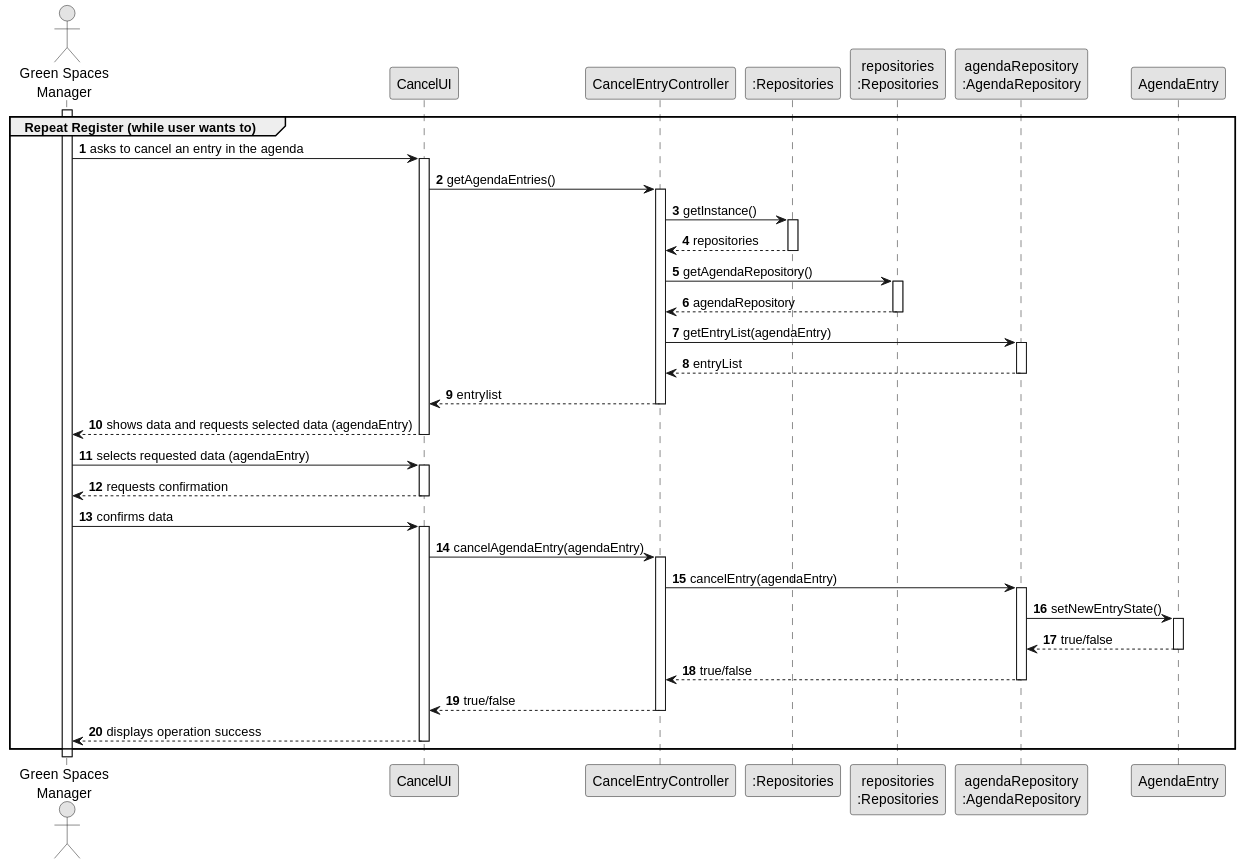
RicardoMorim/lapr2-ISEP-Project keeps this PlantUML diagram as docs/sprintC/us025/03.design/svg/us025-sequence-diagram-full.svg. Above is the earlier version. Its diagram source:
```plantuml
@startuml
skinparam monochrome true
skinparam packageStyle rectangle
skinparam shadowing false

autonumber

actor "Green Spaces\nManager" as Employee
participant "CancelUI" as UI
participant "CancelEntryController" as CTRL
participant ":Repositories" as REP
participant "repositories\n:Repositories" as PLAT
participant "agendaRepository\n:AgendaRepository" as AGR
participant "AgendaEntry" as AG

activate Employee
group Repeat Register (while user wants to)
    Employee -> UI : asks to cancel an entry in the agenda
    activate UI
    UI -> CTRL : getAgendaEntries()
    activate CTRL

    CTRL -> REP : getInstance()
    activate REP
    REP --> CTRL : repositories
    deactivate REP
    CTRL -> PLAT : getAgendaRepository()
    activate PLAT
    PLAT --> CTRL : agendaRepository
    deactivate PLAT
    CTRL -> AGR : getEntryList(agendaEntry)
    activate AGR

    AGR --> CTRL : entryList
    deactivate AGR

    CTRL --> UI : entrylist
    deactivate CTRL

    UI --> Employee : shows data and requests selected data (agendaEntry)
    deactivate UI

    Employee -> UI : selects requested data (agendaEntry)
    activate UI

    UI --> Employee : requests confirmation
    deactivate UI

    Employee -> UI : confirms data
    activate UI
    UI -> CTRL : cancelAgendaEntry(agendaEntry)
    activate CTRL
        CTRL -> AGR : cancelEntry(agendaEntry)
        activate AGR

        AGR -> AG : setNewEntryState()
        activate AG

        AG --> AGR : true/false
        deactivate AG

        AGR --> CTRL : true/false
        deactivate AGR
        CTRL --> UI : true/false
        deactivate CTRL

        UI --> Employee : displays operation success
        deactivate UI

end
@enduml
```
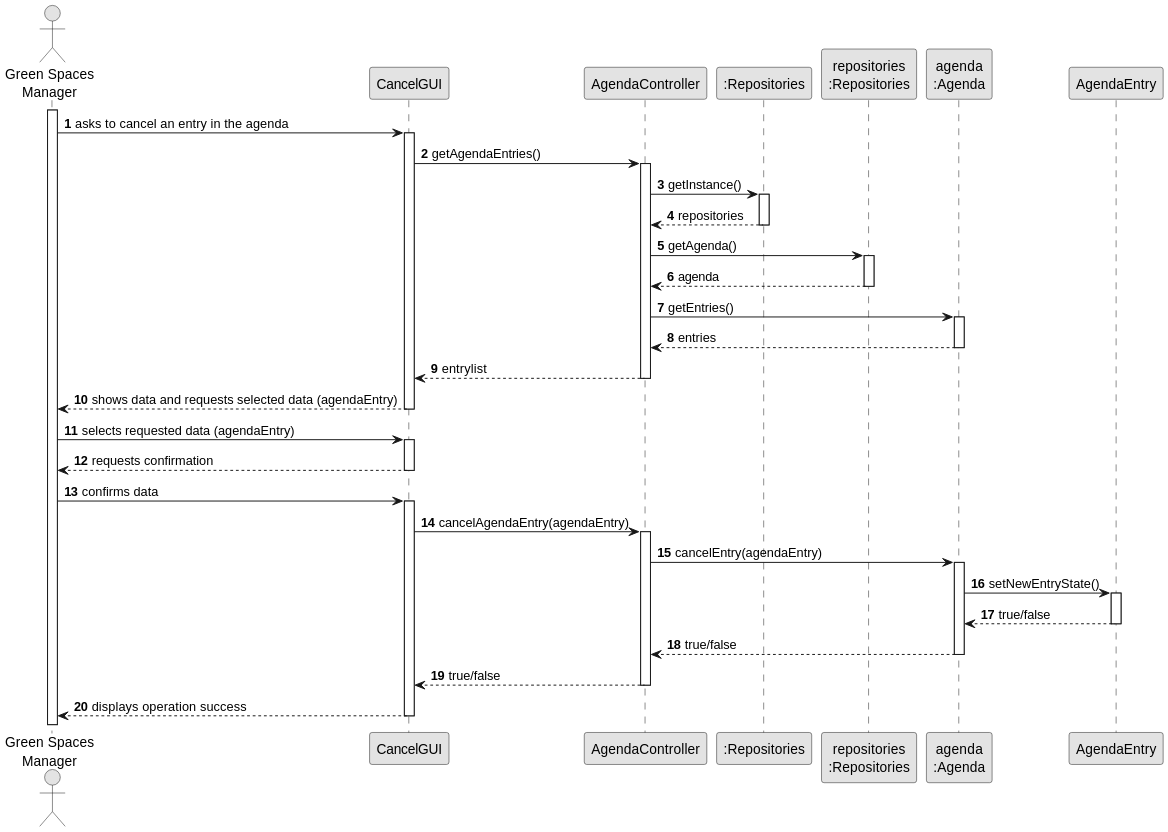
Above is the later version.

The edit, as a diff of the source:
```diff
@@ -6,15 +6,15 @@
 autonumber
 
 actor "Green Spaces\nManager" as Employee
-participant "CancelUI" as UI
-participant "CancelEntryController" as CTRL
+participant "CancelGUI" as UI
+participant "AgendaController" as CTRL
 participant ":Repositories" as REP
 participant "repositories\n:Repositories" as PLAT
-participant "agendaRepository\n:AgendaRepository" as AGR
+participant "agenda\n:Agenda" as AGR
 participant "AgendaEntry" as AG
 
 activate Employee
-group Repeat Register (while user wants to)
+
     Employee -> UI : asks to cancel an entry in the agenda
     activate UI
     UI -> CTRL : getAgendaEntries()
@@ -24,14 +24,14 @@
     activate REP
     REP --> CTRL : repositories
     deactivate REP
-    CTRL -> PLAT : getAgendaRepository()
+    CTRL -> PLAT : getAgenda()
     activate PLAT
-    PLAT --> CTRL : agendaRepository
+    PLAT --> CTRL : agenda
     deactivate PLAT
-    CTRL -> AGR : getEntryList(agendaEntry)
+    CTRL -> AGR : getEntries()
     activate AGR
 
-    AGR --> CTRL : entryList
+    AGR --> CTRL : entries
     deactivate AGR
 
     CTRL --> UI : entrylist
@@ -66,6 +66,4 @@
 
         UI --> Employee : displays operation success
         deactivate UI
-
-end
 @enduml
```
